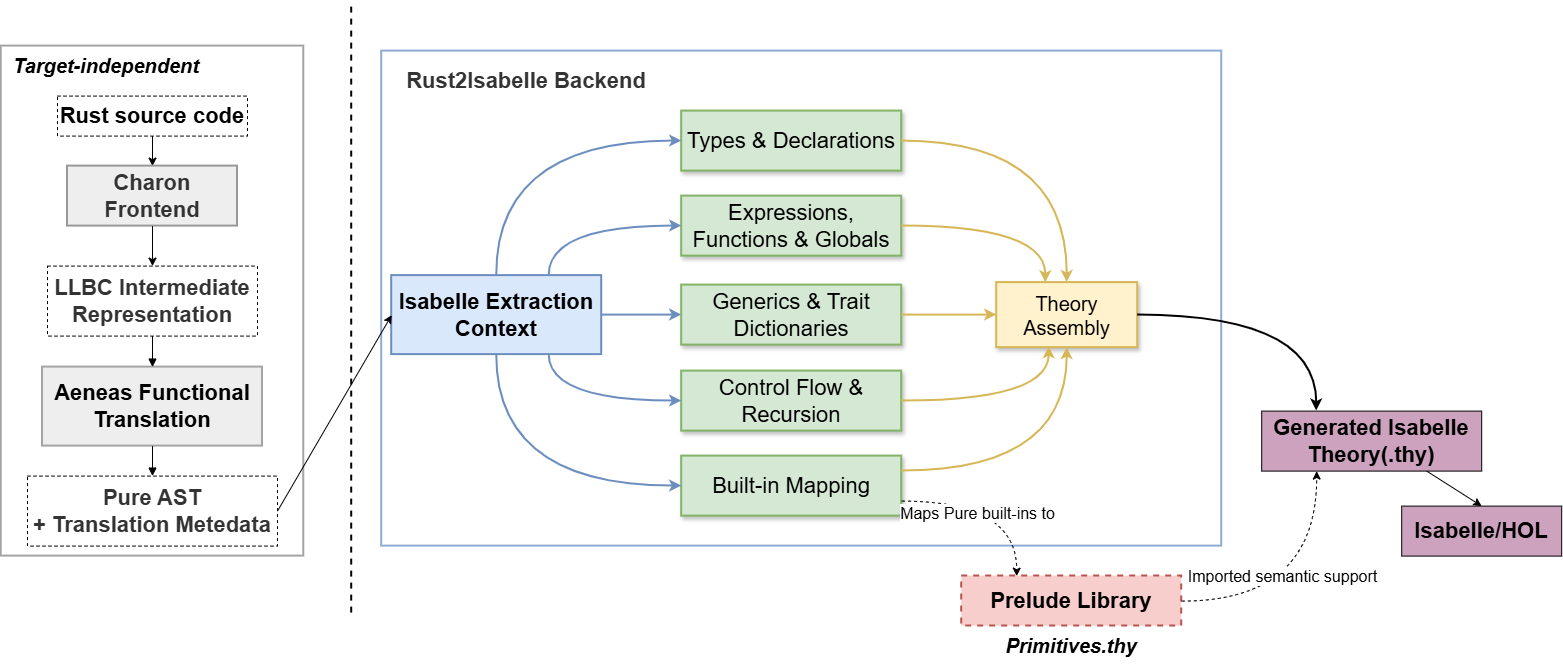
This is paper/figure/structure.png from OpenSourceVerif/Aeneas2Isabelle, a draw.io export, as it was before one commit. Source tidied: cells renumbered, new cells last; positions are measured from the earlier drawing's top-left corner, leaving out a move shared by most shapes.
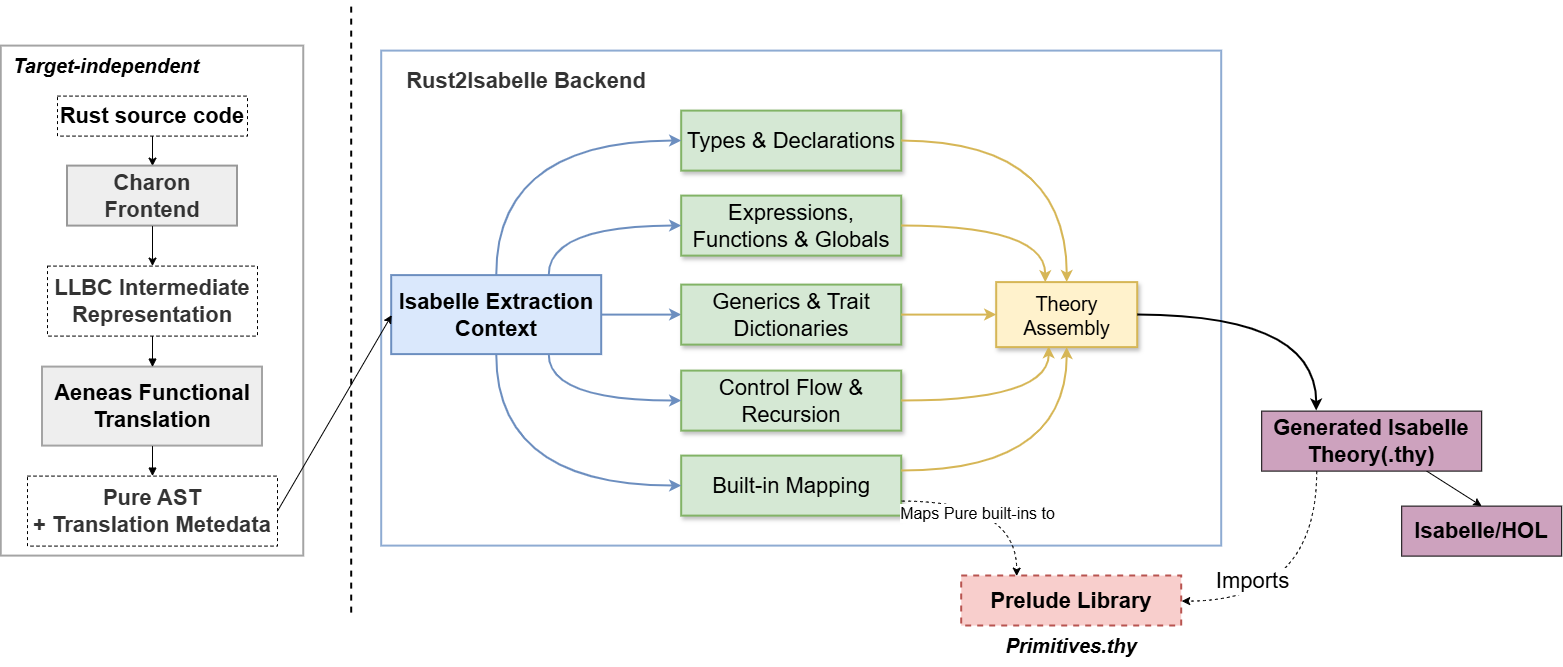
After the commit.

What changed in the source:
```diff
@@ -65,12 +65,12 @@
     <mxCell id="21" style="endArrow=classic;html=1;rounded=0;entryX=0.5;entryY=0;entryDx=0;entryDy=0;exitX=0.75;exitY=1;exitDx=0;exitDy=0;" parent="1" edge="1" source="30" target="31">
       <mxGeometry relative="1" as="geometry" />
     </mxCell>
-    <mxCell id="22" style="endArrow=classic;html=1;rounded=0;exitX=1;exitY=0.5;exitDx=0;exitDy=0;dashed=1;entryX=0.25;entryY=1;entryDx=0;entryDy=0;edgeStyle=orthogonalEdgeStyle;curved=1;" parent="1" edge="1" source="5" target="30">
+    <mxCell id="22" style="endArrow=classic;html=1;rounded=0;exitX=0.25;exitY=1;exitDx=0;exitDy=0;dashed=1;entryX=1;entryY=0.5;entryDx=0;entryDy=0;edgeStyle=orthogonalEdgeStyle;curved=1;" parent="1" edge="1" source="30" target="5">
       <mxGeometry relative="1" as="geometry" />
     </mxCell>
-    <mxCell id="23" value="Imported semantic support" style="edgeLabel;html=1;align=center;verticalAlign=middle;fontSize=16;" parent="22" vertex="1">
+    <mxCell id="23" value="&lt;font style=&quot;font-size: 22px;&quot;&gt;Imports&lt;/font&gt;" style="edgeLabel;html=1;align=center;verticalAlign=middle;fontSize=16;" parent="22" vertex="1">
       <mxGeometry x="-0.38" y="11" relative="1" as="geometry">
-        <mxPoint x="18" y="-14" as="offset" />
+        <mxPoint x="-76" y="28" as="offset" />
       </mxGeometry>
     </mxCell>
     <mxCell id="24" value="Types &amp; Declarations" style="whiteSpace=wrap;strokeWidth=2;fillColor=#d5e8d4;strokeColor=#82b366;fontFamily=Helvetica;fontSize=22;fontStyle=0;shadow=1;" parent="1" vertex="1">
```
